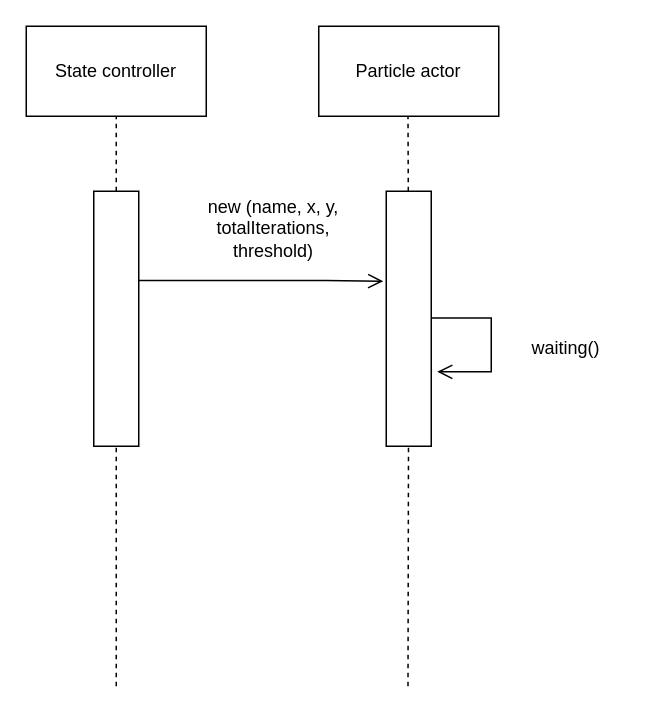
Above: particlesInReceiving.drawio in vanelopethecoder/som-basic (draw.io), before the change. Source tidied: cells renumbered, new cells numbered last; positions are measured from the earlier drawing's top-left corner, leaving out a move shared by most shapes. Both pictures are drawn from the tidied source at 150%, with x=0, y=0 at pixel (26, 26).
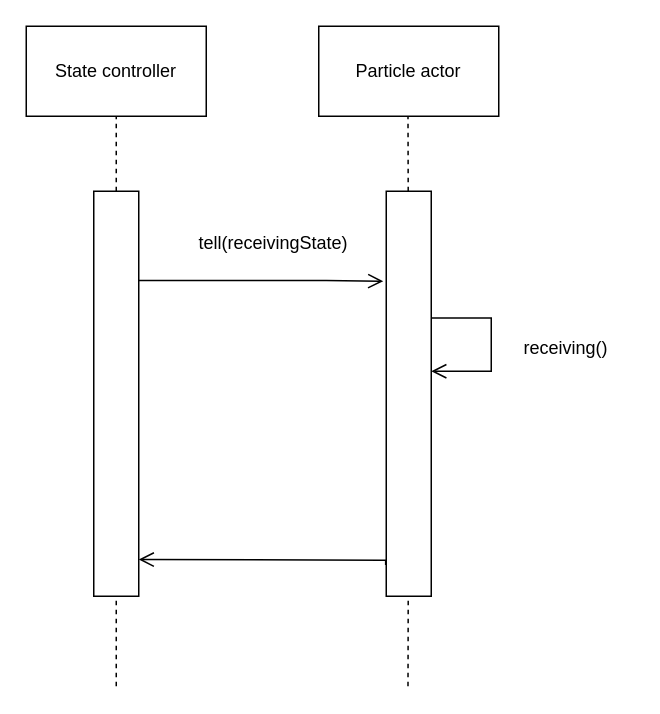
After the change.

What changed in the source:
```diff
@@
     <mxCell id="6" style="rounded=0;whiteSpace=wrap;html=1;" parent="1" vertex="1">
-      <mxGeometry x="45" y="110" width="30" height="170" as="geometry" />
+      <mxGeometry x="45" y="110" width="30" height="270" as="geometry" />
     </mxCell>
@@
     <mxCell id="8" style="rounded=0;whiteSpace=wrap;html=1;" parent="1" vertex="1">
-      <mxGeometry x="240" y="110" width="30" height="170" as="geometry" />
+      <mxGeometry x="240" y="110" width="30" height="270" as="geometry" />
     </mxCell>
@@
-    <mxCell id="10" value="new (name, x, y, totalIterations, threshold)" style="text;html=1;strokeColor=none;fillColor=none;align=center;verticalAlign=middle;whiteSpace=wrap;rounded=0;" parent="1" vertex="1">
-      <mxGeometry x="120" y="120" width="90" height="30" as="geometry" />
+    <mxCell id="10" value="tell(receivingState)" style="text;html=1;strokeColor=none;fillColor=none;align=center;verticalAlign=middle;whiteSpace=wrap;rounded=0;" parent="1" vertex="1">
+      <mxGeometry x="120" y="130" width="90" height="30" as="geometry" />
     </mxCell>
@@
-    <mxCell id="12" style="edgeStyle=orthogonalEdgeStyle;html=1;verticalAlign=bottom;endArrow=open;endSize=8;strokeColor=#000000;rounded=0;exitX=0.952;exitY=0.619;exitDx=0;exitDy=0;exitPerimeter=0;entryX=1.133;entryY=0.708;entryDx=0;entryDy=0;entryPerimeter=0;" parent="1" edge="1" target="8">
+    <mxCell id="12" style="edgeStyle=orthogonalEdgeStyle;html=1;verticalAlign=bottom;endArrow=open;endSize=8;strokeColor=#000000;rounded=0;exitX=0.952;exitY=0.619;exitDx=0;exitDy=0;exitPerimeter=0;" parent="1" edge="1">
       <mxGeometry relative="1" as="geometry">
         <mxPoint x="270" y="194.5" as="sourcePoint" />
+        <mxPoint x="270" y="230" as="targetPoint" />
         <Array as="points">
           <mxPoint x="310" y="195" />
           <mxPoint x="310" y="230" />
+          <mxPoint x="270" y="230" />
         </Array>
       </mxGeometry>
     </mxCell>
-    <mxCell id="13" value="waiting()" style="text;html=1;strokeColor=none;fillColor=none;align=center;verticalAlign=middle;whiteSpace=wrap;rounded=0;" parent="1" vertex="1">
+    <mxCell id="13" value="receiving()" style="text;html=1;strokeColor=none;fillColor=none;align=center;verticalAlign=middle;whiteSpace=wrap;rounded=0;" parent="1" vertex="1">
       <mxGeometry x="315" y="200" width="90" height="30" as="geometry" />
     </mxCell>
+    <mxCell id="14" style="edgeStyle=orthogonalEdgeStyle;html=1;verticalAlign=bottom;endArrow=open;endSize=8;strokeColor=#000000;rounded=0;exitX=-0.013;exitY=0.923;exitDx=0;exitDy=0;exitPerimeter=0;" parent="1" edge="1" source="8">
+      <mxGeometry relative="1" as="geometry">
+        <mxPoint x="75" y="355.5" as="targetPoint" />
+        <Array as="points">
+          <mxPoint x="240" y="356" />
+          <mxPoint x="237" y="356" />
+        </Array>
+      </mxGeometry>
+    </mxCell>
```
